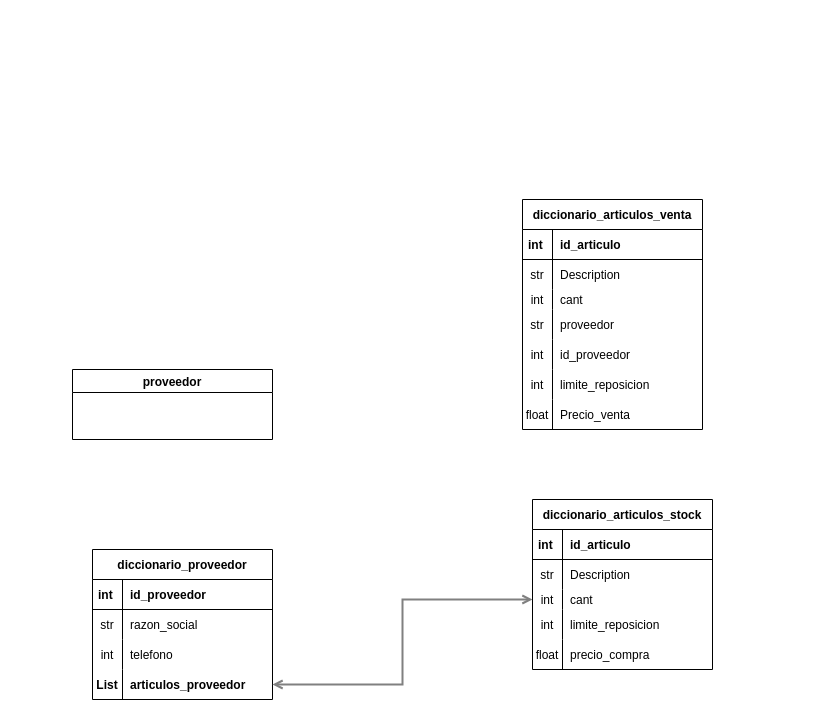
abdalajpub/bodaveroyjuanpi.github.io keeps this draw.io diagram as Untitled Diagram.drawio. Above is the earlier version. Source tidied: cells renumbered, new cells numbered last; positions are measured from the earlier drawing's top-left corner, leaving out a move shared by most shapes. Both pictures are drawn from the tidied source at 100%, with x=0, y=0 at pixel (72, 199).
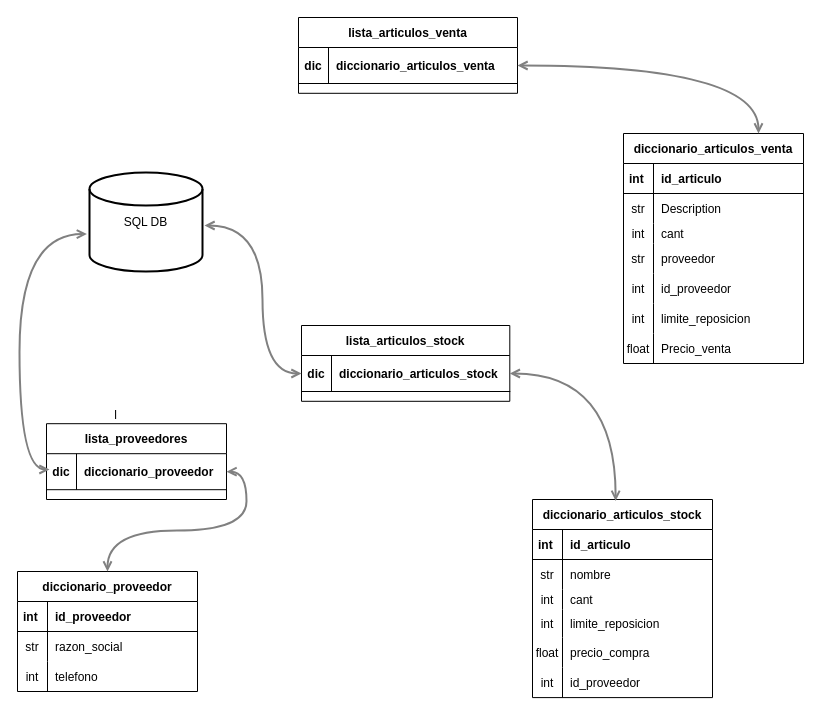
Above is the later version.

Commit message:
estrategia_datos_v2

Unchanged cells that the change refers to:
```xml
<mxCell id="42" style="shape=partialRectangle;fillColor=none;top=0;left=0;bottom=0;right=0;" parent="38" vertex="1">
  <mxGeometry y="60" width="180" height="30" as="geometry" />
</mxCell>
<mxCell id="45" style="shape=partialRectangle;fillColor=none;top=0;left=0;bottom=0;right=0;points=[[0,0.5],[1,0.5]];portConstraint=eastwest;" parent="38" vertex="1">
  <mxGeometry y="90" width="180" height="20" as="geometry" />
</mxCell>
```

The edit, as a diff of the source:
```diff
@@
-<mxGraphModel>
+<mxGraphModel background="#ffffff">
@@
     <mxCell id="2" value="diccionario_articulos_venta" style="shape=table;startSize=30;childLayout=tableLayout;rowLines=0;fontStyle=1;align=center;" parent="1" vertex="1">
-      <mxGeometry x="450" width="180" height="230" as="geometry" />
+      <mxGeometry x="551" y="-66" width="180" height="230" as="geometry" />
     </mxCell>
@@
     <mxCell id="24" value="diccionario_proveedor" style="shape=table;startSize=30;childLayout=tableLayout;rowLines=0;fontStyle=1;align=center;" parent="1" vertex="1">
-      <mxGeometry x="20" y="350" width="180" height="150" as="geometry" />
+      <mxGeometry x="-55" y="372" width="180" height="120" as="geometry" />
     </mxCell>
@@
-    <mxCell id="34" style="shape=partialRectangle;fillColor=none;top=0;left=0;bottom=0;right=0;points=[[0,0.5],[1,0.5]];portConstraint=eastwest;fontStyle=1;" parent="24" vertex="1">
-      <mxGeometry y="120" width="180" height="30" as="geometry" />
-    </mxCell>
-    <mxCell id="35" value="List" style="shape=partialRectangle;fillColor=none;top=0;left=0;bottom=0;right=0;overflow=hidden;fontStyle=1;" parent="34" vertex="1">
-      <mxGeometry width="30" height="30" as="geometry" />
-    </mxCell>
-    <mxCell id="36" value="articulos_proveedor" style="shape=partialRectangle;fillColor=none;top=0;left=0;bottom=0;right=0;align=left;spacingLeft=6;overflow=hidden;fontStyle=1;" parent="34" vertex="1">
-      <mxGeometry x="30" width="150" height="30" as="geometry" />
-    </mxCell>
-    <mxCell id="37" style="edgeStyle=orthogonalEdgeStyle;rounded=0;jettySize=auto;html=1;startArrow=open;startFill=0;endArrow=open;endFill=0;strokeWidth=2;strokeColor=#808080;exitX=0;exitY=0.5;exitDx=0;exitDy=0;" parent="1" edge="1" source="45" target="34">
-      <mxGeometry relative="1" as="geometry" />
-    </mxCell>
     <mxCell id="38" value="diccionario_articulos_stock" style="shape=table;startSize=30;childLayout=tableLayout;rowLines=0;fontStyle=1;align=center;" parent="1" vertex="1">
-      <mxGeometry x="460" y="300" width="180" height="170" as="geometry" />
+      <mxGeometry x="460" y="300" width="180" height="198.1" as="geometry" />
     </mxCell>
@@
-    <mxCell id="44" value="Description" style="shape=partialRectangle;fillColor=none;top=0;left=0;bottom=0;right=0;align=left;spacingLeft=6;overflow=hidden;" parent="42" vertex="1">
+    <mxCell id="44" value="nombre" style="shape=partialRectangle;fillColor=none;top=0;left=0;bottom=0;right=0;align=left;spacingLeft=6;overflow=hidden;" parent="42" vertex="1">
       <mxGeometry x="30" width="150" height="30" as="geometry" />
     </mxCell>
@@
     <mxCell id="48" style="shape=partialRectangle;fillColor=none;top=0;left=0;bottom=0;right=0;" parent="38" vertex="1">
-      <mxGeometry y="110" width="180" height="30" as="geometry" />
+      <mxGeometry y="110" width="180" height="28" as="geometry" />
     </mxCell>
     <mxCell id="49" value="int" style="shape=partialRectangle;fillColor=none;top=0;left=0;bottom=0;right=0;overflow=hidden;" parent="48" vertex="1">
-      <mxGeometry width="30" height="30" as="geometry" />
+      <mxGeometry width="30" height="28" as="geometry" />
     </mxCell>
     <mxCell id="50" value="limite_reposicion" style="shape=partialRectangle;fillColor=none;top=0;left=0;bottom=0;right=0;align=left;spacingLeft=6;overflow=hidden;" parent="48" vertex="1">
-      <mxGeometry x="30" width="150" height="30" as="geometry" />
+      <mxGeometry x="30" width="150" height="28" as="geometry" />
     </mxCell>
     <mxCell id="51" style="shape=partialRectangle;fillColor=none;top=0;left=0;bottom=0;right=0;" parent="38" vertex="1">
-      <mxGeometry y="140" width="180" height="30" as="geometry" />
+      <mxGeometry y="138" width="180" height="30" as="geometry" />
     </mxCell>
@@
-    <mxCell id="54" value="proveedor" style="swimlane;" parent="1" vertex="1">
-      <mxGeometry y="170" width="200" height="70" as="geometry" />
-    </mxCell>
+    <mxCell id="55" style="shape=partialRectangle;fillColor=none;top=0;left=0;bottom=0;right=0;" parent="38" vertex="1">
+      <mxGeometry y="168" width="180" height="30" as="geometry" />
+    </mxCell>
+    <mxCell id="56" value="int" style="shape=partialRectangle;fillColor=none;top=0;left=0;bottom=0;right=0;overflow=hidden;" parent="55" vertex="1">
+      <mxGeometry width="30" height="30" as="geometry" />
+    </mxCell>
+    <mxCell id="57" value="id_proveedor" style="shape=partialRectangle;fillColor=none;top=0;left=0;bottom=0;right=0;align=left;spacingLeft=6;overflow=hidden;" parent="55" vertex="1">
+      <mxGeometry x="30" width="150" height="30" as="geometry" />
+    </mxCell>
+    <mxCell id="58" value="l" style="text;html=1;align=center;verticalAlign=middle;strokeColor=none;fillColor=none;" parent="1" vertex="1">
+      <mxGeometry x="37" y="207" width="12" height="18" as="geometry" />
+    </mxCell>
+    <mxCell id="59" value="lista_proveedores" style="shape=table;startSize=30;childLayout=tableLayout;rowLines=0;fontStyle=1;align=center;" parent="1" vertex="1">
+      <mxGeometry x="-26" y="224.2" width="180" height="75.8" as="geometry" />
+    </mxCell>
+    <mxCell id="60" style="shape=partialRectangle;fillColor=none;top=0;left=0;bottom=1;right=0;points=[[0,0.5],[1,0.5]];portConstraint=eastwest;" parent="59" vertex="1">
+      <mxGeometry y="30" width="180" height="36" as="geometry" />
+    </mxCell>
+    <mxCell id="61" value="dic" style="shape=partialRectangle;fillColor=none;top=0;left=0;bottom=0;right=0;fontStyle=1;overflow=hidden;" parent="60" vertex="1">
+      <mxGeometry width="30" height="36" as="geometry" />
+    </mxCell>
+    <mxCell id="62" value="diccionario_proveedor" style="shape=partialRectangle;fillColor=none;top=0;left=0;bottom=0;right=0;align=left;spacingLeft=6;fontStyle=1;overflow=hidden;" parent="60" vertex="1">
+      <mxGeometry x="30" width="150" height="36" as="geometry" />
+    </mxCell>
+    <mxCell id="63" style="edgeStyle=orthogonalEdgeStyle;rounded=0;jettySize=auto;html=1;startArrow=open;startFill=0;endArrow=open;endFill=0;strokeWidth=2;strokeColor=#808080;entryX=0.5;entryY=0;entryDx=0;entryDy=0;curved=1;exitX=1;exitY=0.5;exitDx=0;exitDy=0;" parent="1" edge="1" source="60" target="24">
+      <mxGeometry relative="1" as="geometry" />
+    </mxCell>
+    <mxCell id="64" value="lista_articulos_venta" style="shape=table;startSize=30;childLayout=tableLayout;rowLines=0;fontStyle=1;align=center;" parent="1" vertex="1">
+      <mxGeometry x="226" y="-182" width="219" height="75.8" as="geometry" />
+    </mxCell>
+    <mxCell id="65" style="shape=partialRectangle;fillColor=none;top=0;left=0;bottom=1;right=0;points=[[0,0.5],[1,0.5]];portConstraint=eastwest;" parent="64" vertex="1">
+      <mxGeometry y="30" width="219" height="36" as="geometry" />
+    </mxCell>
+    <mxCell id="66" value="dic" style="shape=partialRectangle;fillColor=none;top=0;left=0;bottom=0;right=0;fontStyle=1;overflow=hidden;" parent="65" vertex="1">
+      <mxGeometry width="30" height="36" as="geometry" />
+    </mxCell>
+    <mxCell id="67" value="diccionario_articulos_venta" style="shape=partialRectangle;fillColor=none;top=0;left=0;bottom=0;right=0;align=left;spacingLeft=6;fontStyle=1;overflow=hidden;" parent="65" vertex="1">
+      <mxGeometry x="30" width="189" height="36" as="geometry" />
+    </mxCell>
+    <mxCell id="68" style="edgeStyle=orthogonalEdgeStyle;rounded=0;jettySize=auto;html=1;startArrow=open;startFill=0;endArrow=open;endFill=0;strokeWidth=2;strokeColor=#808080;exitX=1;exitY=0.5;exitDx=0;exitDy=0;curved=1;entryX=0.75;entryY=0;entryDx=0;entryDy=0;" parent="1" edge="1" source="65" target="2">
+      <mxGeometry relative="1" as="geometry" />
+    </mxCell>
+    <mxCell id="69" value="lista_articulos_stock" style="shape=table;startSize=30;childLayout=tableLayout;rowLines=0;fontStyle=1;align=center;" parent="1" vertex="1">
+      <mxGeometry x="229" y="126" width="208.3" height="75.8" as="geometry" />
+    </mxCell>
+    <mxCell id="70" style="shape=partialRectangle;fillColor=none;top=0;left=0;bottom=1;right=0;points=[[0,0.5],[1,0.5]];portConstraint=eastwest;" parent="69" vertex="1">
+      <mxGeometry y="30" width="208.3" height="36" as="geometry" />
+    </mxCell>
+    <mxCell id="71" value="dic" style="shape=partialRectangle;fillColor=none;top=0;left=0;bottom=0;right=0;fontStyle=1;overflow=hidden;" parent="70" vertex="1">
+      <mxGeometry width="30" height="36" as="geometry" />
+    </mxCell>
+    <mxCell id="72" value="diccionario_articulos_stock" style="shape=partialRectangle;fillColor=none;top=0;left=0;bottom=0;right=0;align=left;spacingLeft=6;fontStyle=1;overflow=hidden;" parent="70" vertex="1">
+      <mxGeometry x="30" width="178.3" height="36" as="geometry" />
+    </mxCell>
+    <mxCell id="73" style="edgeStyle=orthogonalEdgeStyle;rounded=0;jettySize=auto;html=1;startArrow=open;startFill=0;endArrow=open;endFill=0;strokeWidth=2;strokeColor=#808080;entryX=0.462;entryY=0.007;entryDx=0;entryDy=0;curved=1;exitX=1;exitY=0.5;exitDx=0;exitDy=0;entryPerimeter=0;" parent="1" edge="1" source="70" target="38">
+      <mxGeometry relative="1" as="geometry" />
+    </mxCell>
+    <mxCell id="74" value="SQL DB" style="strokeWidth=2;html=1;shape=mxgraph.flowchart.database;whiteSpace=wrap;" parent="1" vertex="1">
+      <mxGeometry x="17" y="-27" width="113" height="99" as="geometry" />
+    </mxCell>
+    <mxCell id="75" style="edgeStyle=orthogonalEdgeStyle;rounded=0;jettySize=auto;html=1;startArrow=open;startFill=0;endArrow=open;endFill=0;strokeWidth=2;strokeColor=#808080;entryX=-0.023;entryY=0.622;entryDx=0;entryDy=0;curved=1;entryPerimeter=0;" parent="1" edge="1" target="74">
+      <mxGeometry relative="1" as="geometry">
+        <mxPoint x="-23" y="270" as="sourcePoint" />
+        <Array as="points">
+          <mxPoint x="-53" y="270" />
+          <mxPoint x="-53" y="35" />
+        </Array>
+      </mxGeometry>
+    </mxCell>
+    <mxCell id="76" style="edgeStyle=orthogonalEdgeStyle;rounded=0;jettySize=auto;html=1;startArrow=open;startFill=0;endArrow=open;endFill=0;strokeWidth=2;strokeColor=#808080;entryX=0;entryY=0.5;entryDx=0;entryDy=0;curved=1;" parent="1" edge="1" target="70">
+      <mxGeometry relative="1" as="geometry">
+        <mxPoint x="132" y="26" as="sourcePoint" />
+        <Array as="points">
+          <mxPoint x="190" y="26" />
+          <mxPoint x="190" y="174" />
+        </Array>
+      </mxGeometry>
+    </mxCell>
```
